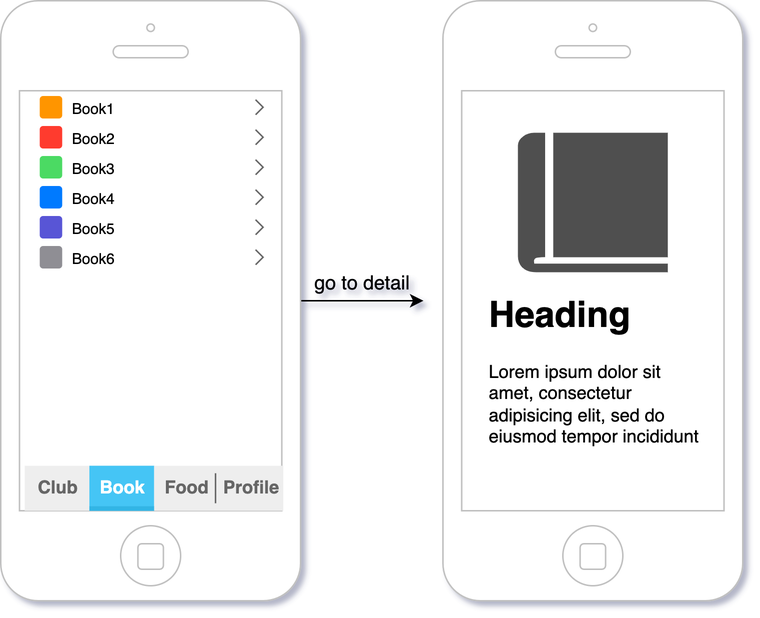
Above: resource/mvp-general.png in zteshadow/best-practice (draw.io), before the change. Source tidied: cells renumbered, new cells last; positions are measured from the earlier drawing's top-left corner, leaving out a move shared by most shapes. Its diagram source:
```xml
<mxGraphModel>
  <root>
    <mxCell id="0" />
    <mxCell id="1" parent="0" />
    <mxCell id="2" style="edgeStyle=none;rounded=0;jettySize=auto;html=1;" parent="1" edge="1" source="4">
      <mxGeometry relative="1" as="geometry">
        <mxPoint x="282" y="200" as="targetPoint" />
      </mxGeometry>
    </mxCell>
    <mxCell id="3" value="go to detail" style="edgeLabel;html=1;align=center;verticalAlign=middle;fontSize=13;labelBackgroundColor=none;" parent="2" vertex="1">
      <mxGeometry x="-0.03" y="4" relative="1" as="geometry">
        <mxPoint y="-9" as="offset" />
      </mxGeometry>
    </mxCell>
    <mxCell id="4" style="html=1;verticalLabelPosition=bottom;labelBackgroundColor=#ffffff;verticalAlign=top;shadow=0;dashed=0;strokeWidth=1;shape=mxgraph.ios7.misc.iphone;strokeColor=#c0c0c0;" parent="1" vertex="1">
      <mxGeometry width="200" height="400" as="geometry" />
    </mxCell>
    <mxCell id="5" style="strokeWidth=1;html=1;shadow=0;dashed=0;shape=mxgraph.android.rrect;rSize=0;fillColor=#eeeeee;strokeColor=none;" parent="1" vertex="1">
      <mxGeometry x="16" y="310" width="172.5" height="30" as="geometry" />
    </mxCell>
    <mxCell id="6" value="Club" style="strokeWidth=1;html=1;shadow=0;dashed=0;shape=mxgraph.android.anchor;fontStyle=1;fontColor=#666666;" parent="5" vertex="1">
      <mxGeometry width="43.1" height="30" as="geometry" />
    </mxCell>
    <mxCell id="7" value="Book" style="strokeWidth=1;html=1;shadow=0;dashed=0;shape=mxgraph.android.rrect;rSize=0;fontStyle=1;fillColor=#44c5f5;strokeColor=none;fontColor=#ffffff;" parent="5" vertex="1">
      <mxGeometry x="43.1" width="43.1" height="30" as="geometry" />
    </mxCell>
    <mxCell id="8" style="strokeWidth=1;html=1;shadow=0;dashed=0;shape=mxgraph.android.rrect;rSize=0;fillColor=#33b5e5;strokeColor=none;" parent="7" vertex="1">
      <mxGeometry y="27" width="43.1" height="3" as="geometry" />
    </mxCell>
    <mxCell id="9" value="Food" style="strokeWidth=1;html=1;shadow=0;dashed=0;shape=mxgraph.android.anchor;fontStyle=1;fontColor=#666666;" parent="5" vertex="1">
      <mxGeometry x="86.2" width="43.1" height="30" as="geometry" />
    </mxCell>
    <mxCell id="10" value="Profile" style="strokeWidth=1;html=1;shadow=0;dashed=0;shape=mxgraph.android.anchor;fontStyle=1;fontColor=#666666;" parent="5" vertex="1">
      <mxGeometry x="129.4" width="43.1" height="30" as="geometry" />
    </mxCell>
    <mxCell id="11" style="shape=line;strokeColor=#666666;direction=south;" parent="5" vertex="1">
      <mxGeometry x="122.6" y="5" width="9.3" height="20" as="geometry" />
    </mxCell>
    <mxCell id="12" style="shape=rect;strokeColor=none;fillColor=#ffffff;gradientColor=none;shadow=0;" parent="1" vertex="1">
      <mxGeometry x="21" y="61" width="164" height="120" as="geometry" />
    </mxCell>
    <mxCell id="13" value="Book1" style="shape=rect;strokeColor=none;fontSize=10;fontColor=#000000;align=left;spacingLeft=25;spacingTop=2;" parent="12" vertex="1">
      <mxGeometry width="164" height="20" relative="1" as="geometry" />
    </mxCell>
    <mxCell id="14" style="shape=rect;rounded=1;rSize=3;strokeColor=none;fillColor=#FF9501;" parent="13" vertex="1">
      <mxGeometry y="0.5" width="15" height="15" relative="1" as="geometry">
        <mxPoint x="5" y="-7.5" as="offset" />
      </mxGeometry>
    </mxCell>
    <mxCell id="15" style="shape=mxgraph.ios7.misc.right;strokeColor=#666666;" parent="13" vertex="1">
      <mxGeometry x="1" y="0.5" width="5" height="10" relative="1" as="geometry">
        <mxPoint x="-15" y="-5" as="offset" />
      </mxGeometry>
    </mxCell>
    <mxCell id="16" value="Book2" style="shape=rect;strokeColor=none;fontSize=10;fontColor=#000000;align=left;spacingLeft=25;spacingTop=2;" parent="12" vertex="1">
      <mxGeometry width="164" height="20" relative="1" as="geometry">
        <mxPoint y="20" as="offset" />
      </mxGeometry>
    </mxCell>
    <mxCell id="17" style="shape=rect;rounded=1;rSize=3;strokeColor=none;fillColor=#FF3B2F;" parent="16" vertex="1">
      <mxGeometry y="0.5" width="15" height="15" relative="1" as="geometry">
        <mxPoint x="5" y="-7.5" as="offset" />
      </mxGeometry>
    </mxCell>
    <mxCell id="18" style="shape=mxgraph.ios7.misc.right;strokeColor=#666666;" parent="16" vertex="1">
      <mxGeometry x="1" y="0.5" width="5" height="10" relative="1" as="geometry">
        <mxPoint x="-15" y="-5" as="offset" />
      </mxGeometry>
    </mxCell>
    <mxCell id="19" value="Book3" style="shape=rect;strokeColor=none;fontSize=10;fontColor=#000000;align=left;spacingLeft=25;spacingTop=2;" parent="12" vertex="1">
      <mxGeometry width="164" height="20" relative="1" as="geometry">
        <mxPoint y="40" as="offset" />
      </mxGeometry>
    </mxCell>
    <mxCell id="20" style="shape=rect;rounded=1;rSize=3;strokeColor=none;fillColor=#4CDA64;" parent="19" vertex="1">
      <mxGeometry y="0.5" width="15" height="15" relative="1" as="geometry">
        <mxPoint x="5" y="-7.5" as="offset" />
      </mxGeometry>
    </mxCell>
    <mxCell id="21" style="shape=mxgraph.ios7.misc.right;strokeColor=#666666;" parent="19" vertex="1">
      <mxGeometry x="1" y="0.5" width="5" height="10" relative="1" as="geometry">
        <mxPoint x="-15" y="-5" as="offset" />
      </mxGeometry>
    </mxCell>
    <mxCell id="22" value="Book4" style="shape=rect;strokeColor=none;fontSize=10;fontColor=#000000;align=left;spacingLeft=25;spacingTop=2;" parent="12" vertex="1">
      <mxGeometry width="164" height="20" relative="1" as="geometry">
        <mxPoint y="60" as="offset" />
      </mxGeometry>
    </mxCell>
    <mxCell id="23" style="shape=rect;rounded=1;rSize=3;strokeColor=none;fillColor=#007AFF;" parent="22" vertex="1">
      <mxGeometry y="0.5" width="15" height="15" relative="1" as="geometry">
        <mxPoint x="5" y="-7.5" as="offset" />
      </mxGeometry>
    </mxCell>
    <mxCell id="24" style="shape=mxgraph.ios7.misc.right;strokeColor=#666666;" parent="22" vertex="1">
      <mxGeometry x="1" y="0.5" width="5" height="10" relative="1" as="geometry">
        <mxPoint x="-15" y="-5" as="offset" />
      </mxGeometry>
    </mxCell>
    <mxCell id="25" value="Book5" style="shape=rect;strokeColor=none;fontSize=10;fontColor=#000000;align=left;spacingLeft=25;spacingTop=2;" parent="12" vertex="1">
      <mxGeometry width="164" height="20" relative="1" as="geometry">
        <mxPoint y="80" as="offset" />
      </mxGeometry>
    </mxCell>
    <mxCell id="26" style="shape=rect;rounded=1;rSize=3;strokeColor=none;fillColor=#5855D6;" parent="25" vertex="1">
      <mxGeometry y="0.5" width="15" height="15" relative="1" as="geometry">
        <mxPoint x="5" y="-7.5" as="offset" />
      </mxGeometry>
    </mxCell>
    <mxCell id="27" style="shape=mxgraph.ios7.misc.right;strokeColor=#666666;" parent="25" vertex="1">
      <mxGeometry x="1" y="0.5" width="5" height="10" relative="1" as="geometry">
        <mxPoint x="-15" y="-5" as="offset" />
      </mxGeometry>
    </mxCell>
    <mxCell id="28" value="Book6" style="shape=rect;strokeColor=none;fontSize=10;fontColor=#000000;align=left;spacingLeft=25;spacingTop=2;" parent="12" vertex="1">
      <mxGeometry width="164" height="20" relative="1" as="geometry">
        <mxPoint y="100" as="offset" />
      </mxGeometry>
    </mxCell>
    <mxCell id="29" style="shape=rect;rounded=1;rSize=3;strokeColor=none;fillColor=#8F8E94;" parent="28" vertex="1">
      <mxGeometry y="0.5" width="15" height="15" relative="1" as="geometry">
        <mxPoint x="5" y="-7.5" as="offset" />
      </mxGeometry>
    </mxCell>
    <mxCell id="30" style="shape=mxgraph.ios7.misc.right;strokeColor=#666666;" parent="28" vertex="1">
      <mxGeometry x="1" y="0.5" width="5" height="10" relative="1" as="geometry">
        <mxPoint x="-15" y="-5" as="offset" />
      </mxGeometry>
    </mxCell>
    <mxCell id="31" style="html=1;verticalLabelPosition=bottom;labelBackgroundColor=#ffffff;verticalAlign=top;shadow=0;dashed=0;strokeWidth=1;shape=mxgraph.ios7.misc.iphone;strokeColor=#c0c0c0;" parent="1" vertex="1">
      <mxGeometry x="295" width="200" height="400" as="geometry" />
    </mxCell>
    <mxCell id="32" style="sketch=0;shadow=0;dashed=0;html=1;strokeColor=none;fillColor=#505050;labelPosition=center;verticalLabelPosition=bottom;verticalAlign=top;align=center;shape=mxgraph.office.concepts.book_journal;" parent="1" vertex="1">
      <mxGeometry x="345" y="88" width="100" height="93" as="geometry" />
    </mxCell>
    <mxCell id="33" value="&lt;h1&gt;Heading&lt;/h1&gt;&lt;p&gt;Lorem ipsum dolor sit amet, consectetur adipisicing elit, sed do eiusmod tempor incididunt ut labore et dolore magna aliqua.&lt;/p&gt;" style="text;html=1;strokeColor=none;fillColor=none;spacing=5;spacingTop=-20;whiteSpace=wrap;overflow=hidden;rounded=0;" parent="1" vertex="1">
      <mxGeometry x="321" y="190" width="150" height="110" as="geometry" />
    </mxCell>
  </root>
</mxGraphModel>
```
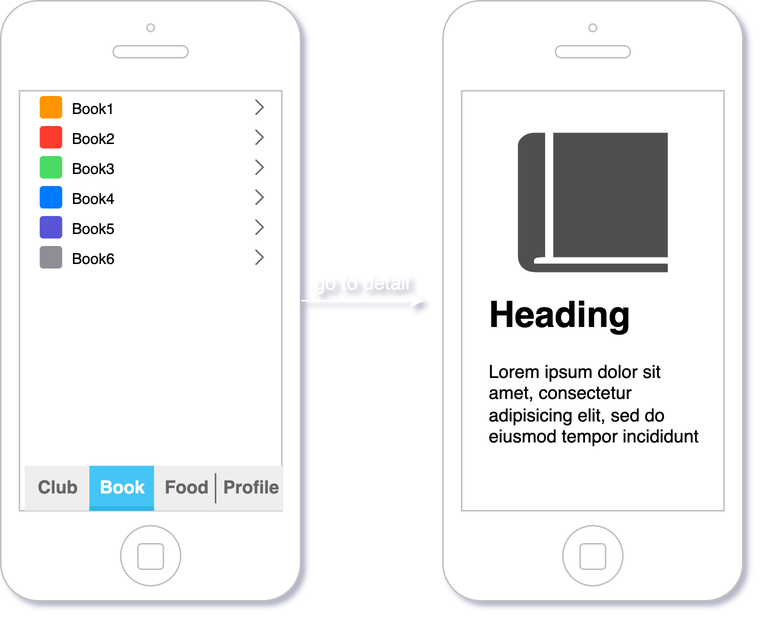
The same diagram one commit later.

What changed in the source:
```diff
@@ -1,13 +1,13 @@
-<mxGraphModel>
+<mxGraphModel background="#000000">
   <root>
     <mxCell id="0" />
     <mxCell id="1" parent="0" />
-    <mxCell id="2" style="edgeStyle=none;rounded=0;jettySize=auto;html=1;" parent="1" edge="1" source="4">
+    <mxCell id="2" style="edgeStyle=none;rounded=0;jettySize=auto;html=1;strokeColor=#FFFFFF;" parent="1" edge="1" source="4">
       <mxGeometry relative="1" as="geometry">
         <mxPoint x="282" y="200" as="targetPoint" />
       </mxGeometry>
     </mxCell>
-    <mxCell id="3" value="go to detail" style="edgeLabel;html=1;align=center;verticalAlign=middle;fontSize=13;labelBackgroundColor=none;" parent="2" vertex="1">
+    <mxCell id="3" value="go to detail" style="edgeLabel;html=1;align=center;verticalAlign=middle;fontSize=13;labelBackgroundColor=none;fontColor=#FFFFFF;" parent="2" vertex="1">
       <mxGeometry x="-0.03" y="4" relative="1" as="geometry">
         <mxPoint y="-9" as="offset" />
       </mxGeometry>
```
